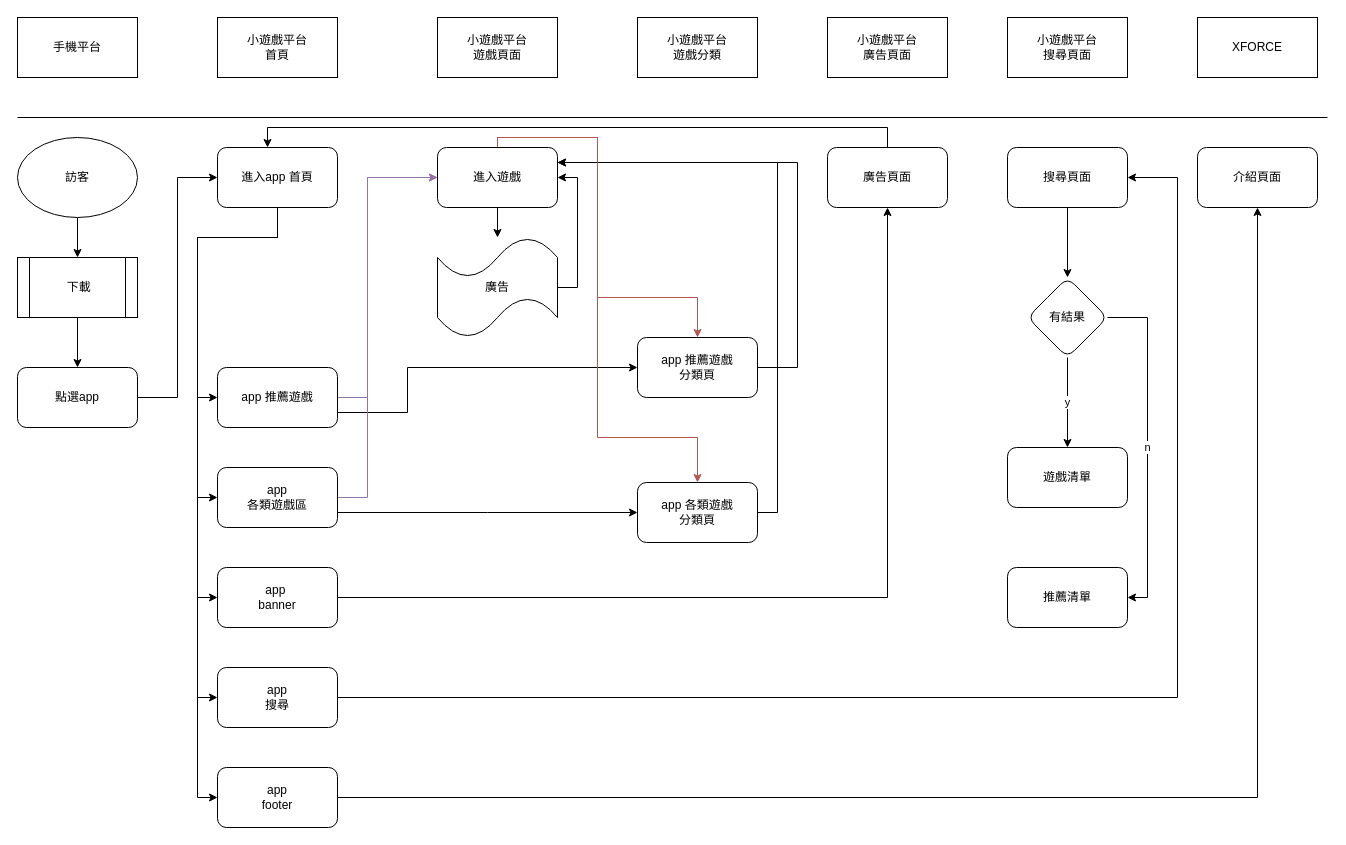
Before: page "第1頁" (1 of 2) of 小遊戲平台.drawio in Cadmus-design/Diagrams, a draw.io diagram. Source tidied: cells renumbered, new cells numbered last; positions are measured from the earlier drawing's top-left corner, leaving out a move shared by most shapes. Both pictures are drawn from the tidied source at 100%, with x=0, y=0 at pixel (17, 17).
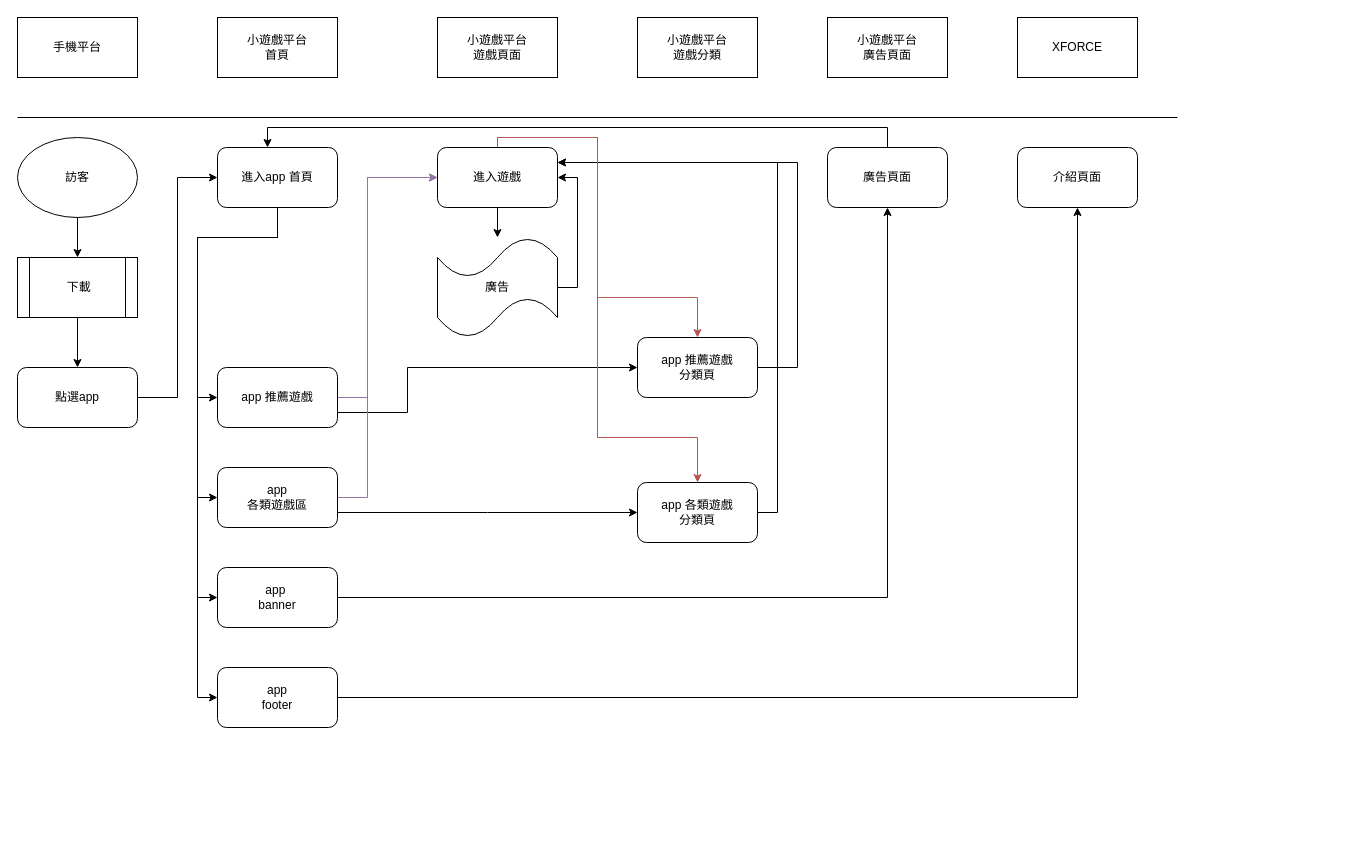
After the change.

Commit message:
更新小遊戲平台.drawio

The change refers to these unchanged cells:
```xml
<mxCell id="16" value="進入app 首頁" style="rounded=1;whiteSpace=wrap;html=1;" parent="1" vertex="1">
  <mxGeometry x="200" y="130" width="120" height="60" as="geometry" />
</mxCell>
```

What changed in the source:
```diff
@@
     <mxCell id="3" style="endArrow=none;html=1;rounded=0;" parent="1" edge="1">
       <mxGeometry relative="1" as="geometry">
         <mxPoint y="100" as="sourcePoint" />
-        <mxPoint x="1310" y="100" as="targetPoint" />
+        <mxPoint x="1160" y="100" as="targetPoint" />
       </mxGeometry>
     </mxCell>
@@
-    <mxCell id="14" style="edgeStyle=orthogonalEdgeStyle;rounded=0;jettySize=auto;html=1;exitX=0.5;exitY=1;exitDx=0;exitDy=0;entryX=0;entryY=0.5;entryDx=0;entryDy=0;" parent="1" edge="1" source="16" target="27">
-      <mxGeometry relative="1" as="geometry">
-        <Array as="points">
-          <mxPoint x="260" y="220" />
-          <mxPoint x="180" y="220" />
-          <mxPoint x="180" y="680" />
-        </Array>
-      </mxGeometry>
-    </mxCell>
     <mxCell id="15" style="edgeStyle=orthogonalEdgeStyle;rounded=0;jettySize=auto;html=1;exitX=0.5;exitY=1;exitDx=0;exitDy=0;entryX=0;entryY=0.5;entryDx=0;entryDy=0;" parent="1" edge="1" source="16" target="29">
       <mxGeometry relative="1" as="geometry">
         <Array as="points">
           <mxPoint x="260" y="220" />
           <mxPoint x="180" y="220" />
-          <mxPoint x="180" y="780" />
+          <mxPoint x="180" y="680" />
         </Array>
       </mxGeometry>
     </mxCell>
@@
-    <mxCell id="26" style="edgeStyle=orthogonalEdgeStyle;rounded=0;jettySize=auto;html=1;exitX=1;exitY=0.5;exitDx=0;exitDy=0;entryX=1;entryY=0.5;entryDx=0;entryDy=0;" parent="1" edge="1" source="27" target="46">
-      <mxGeometry relative="1" as="geometry">
-        <Array as="points">
-          <mxPoint x="1160" y="680" />
-          <mxPoint x="1160" y="160" />
-        </Array>
-      </mxGeometry>
-    </mxCell>
-    <mxCell id="27" value="&lt;div&gt;app &lt;br&gt;&lt;/div&gt;&lt;div&gt;搜尋&lt;br&gt;&lt;/div&gt;" style="rounded=1;whiteSpace=wrap;html=1;" parent="1" vertex="1">
-      <mxGeometry x="200" y="650" width="120" height="60" as="geometry" />
-    </mxCell>
@@
     <mxCell id="29" value="&lt;div&gt;app &lt;br&gt;&lt;/div&gt;&lt;div&gt;footer&lt;/div&gt;" style="rounded=1;whiteSpace=wrap;html=1;" parent="1" vertex="1">
-      <mxGeometry x="200" y="750" width="120" height="60" as="geometry" />
+      <mxGeometry x="200" y="650" width="120" height="60" as="geometry" />
     </mxCell>
@@
-    <mxCell id="36" value="&lt;div&gt;小遊戲平台&lt;/div&gt;&lt;div&gt;搜尋頁面&lt;br&gt;&lt;/div&gt;" style="rounded=0;whiteSpace=wrap;html=1;" parent="1" vertex="1">
-      <mxGeometry x="990" width="120" height="60" as="geometry" />
-    </mxCell>
@@
-    <mxCell id="45" style="edgeStyle=orthogonalEdgeStyle;rounded=0;jettySize=auto;html=1;" parent="1" edge="1" source="46" target="49">
-      <mxGeometry relative="1" as="geometry" />
-    </mxCell>
-    <mxCell id="46" value="搜尋頁面" style="rounded=1;whiteSpace=wrap;html=1;" parent="1" vertex="1">
-      <mxGeometry x="990" y="130" width="120" height="60" as="geometry" />
-    </mxCell>
-    <mxCell id="47" value="y" style="edgeStyle=orthogonalEdgeStyle;rounded=0;jettySize=auto;html=1;" parent="1" edge="1" source="49" target="50">
-      <mxGeometry relative="1" as="geometry" />
-    </mxCell>
-    <mxCell id="48" value="n" style="edgeStyle=orthogonalEdgeStyle;rounded=0;jettySize=auto;html=1;exitX=1;exitY=0.5;exitDx=0;exitDy=0;entryX=1;entryY=0.5;entryDx=0;entryDy=0;" parent="1" edge="1" source="49" target="51">
-      <mxGeometry relative="1" as="geometry" />
-    </mxCell>
-    <mxCell id="49" value="有結果" style="rhombus;whiteSpace=wrap;html=1;rounded=1;" parent="1" vertex="1">
-      <mxGeometry x="1010" y="260" width="80" height="80" as="geometry" />
-    </mxCell>
-    <mxCell id="50" value="遊戲清單" style="whiteSpace=wrap;html=1;rounded=1;" parent="1" vertex="1">
-      <mxGeometry x="990" y="430" width="120" height="60" as="geometry" />
-    </mxCell>
-    <mxCell id="51" value="推薦清單" style="whiteSpace=wrap;html=1;rounded=1;" parent="1" vertex="1">
-      <mxGeometry x="990" y="550" width="120" height="60" as="geometry" />
-    </mxCell>
     <mxCell id="52" value="XFORCE" style="rounded=0;whiteSpace=wrap;html=1;" parent="1" vertex="1">
-      <mxGeometry x="1180" width="120" height="60" as="geometry" />
+      <mxGeometry x="1000" width="120" height="60" as="geometry" />
     </mxCell>
     <mxCell id="53" value="介紹頁面" style="rounded=1;whiteSpace=wrap;html=1;" parent="1" vertex="1">
-      <mxGeometry x="1180" y="130" width="120" height="60" as="geometry" />
+      <mxGeometry x="1000" y="130" width="120" height="60" as="geometry" />
     </mxCell>
```
